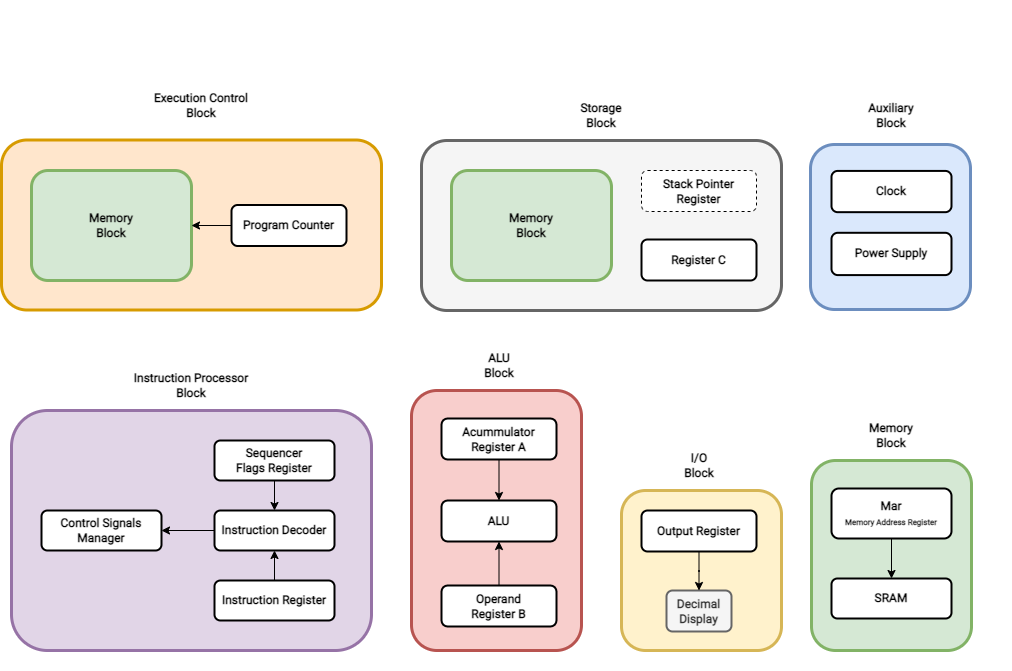
Earlier version of the draw.io export img/mycpu/diagrams/myCPU_functional_blocks_draw.png (mylabpcb/myCPU). Source tidied: cells renumbered, new cells last; positions are measured from the earlier drawing's top-left corner, leaving out a move shared by most shapes.
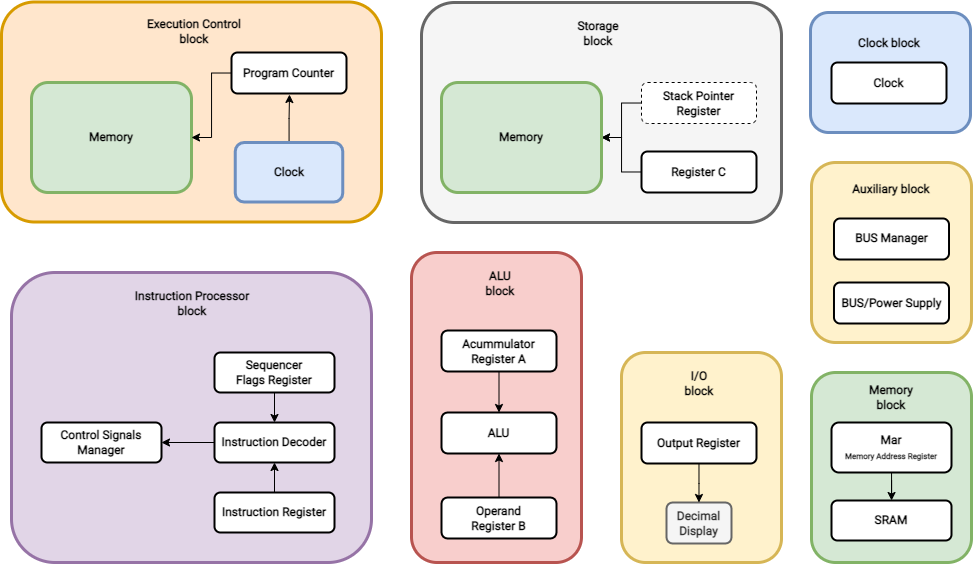
Later version of the same file.

The edit, as a diff of the source:
```diff
@@ -2,14 +2,11 @@
   <root>
     <mxCell id="0" />
     <mxCell id="1" parent="0" />
-    <mxCell id="2" style="group;" parent="1" vertex="1">
-      <mxGeometry width="1010" height="670" as="geometry" />
-    </mxCell>
-    <mxCell id="3" style="group;strokeWidth=3;" parent="2" vertex="1">
+    <mxCell id="3" style="group;strokeWidth=3;" parent="1" vertex="1">
       <mxGeometry x="410" y="350" width="170" height="300" as="geometry" />
     </mxCell>
     <mxCell id="4" style="rounded=1;whiteSpace=wrap;html=1;fontFamily=Roboto;fontSource=https%3A%2F%2Ffonts.googleapis.com%2Fcss%3Ffamily%3DRoboto;strokeWidth=3;fillColor=#f8cecc;strokeColor=#b85450;" parent="3" vertex="1">
-      <mxGeometry y="40" width="170" height="260" as="geometry" />
+      <mxGeometry y="-10" width="170" height="310" as="geometry" />
     </mxCell>
     <mxCell id="5" value="Operand&lt;br&gt;Register B" style="rounded=1;whiteSpace=wrap;html=1;fontSize=12;glass=0;strokeWidth=2;shadow=0;fontFamily=Roboto;fontStyle=1;fontSource=https%3A%2F%2Ffonts.googleapis.com%2Fcss%3Ffamily%3DRoboto;" parent="3" vertex="1">
       <mxGeometry x="30" y="235" width="115" height="41" as="geometry" />
@@ -26,14 +23,14 @@
     <mxCell id="9" style="edgeStyle=orthogonalEdgeStyle;rounded=0;jettySize=auto;html=1;fontFamily=Roboto;fontSource=https%3A%2F%2Ffonts.googleapis.com%2Fcss%3Ffamily%3DRoboto;" parent="3" edge="1" source="6" target="7">
       <mxGeometry relative="1" as="geometry" />
     </mxCell>
-    <mxCell id="10" value="ALU&lt;br&gt;Block" style="text;html=1;strokeColor=none;fillColor=none;align=center;verticalAlign=middle;whiteSpace=wrap;rounded=0;fontFamily=Roboto;fontSource=https%3A%2F%2Ffonts.googleapis.com%2Fcss%3Ffamily%3DRoboto;fontStyle=1;" parent="3" vertex="1">
-      <mxGeometry x="57.5" width="60" height="30" as="geometry" />
+    <mxCell id="10" value="ALU&lt;br&gt;block" style="text;html=1;strokeColor=none;fillColor=none;align=center;verticalAlign=middle;whiteSpace=wrap;rounded=0;fontFamily=Roboto;fontSource=https%3A%2F%2Ffonts.googleapis.com%2Fcss%3Ffamily%3DRoboto;fontStyle=1;" parent="3" vertex="1">
+      <mxGeometry x="59" y="6" width="60" height="30" as="geometry" />
     </mxCell>
-    <mxCell id="11" style="group;" parent="2" vertex="1">
+    <mxCell id="11" style="group;" parent="1" vertex="1">
       <mxGeometry x="10" y="370" width="360" height="280" as="geometry" />
     </mxCell>
     <mxCell id="12" style="rounded=1;whiteSpace=wrap;html=1;fontFamily=Roboto;fontSource=https%3A%2F%2Ffonts.googleapis.com%2Fcss%3Ffamily%3DRoboto;strokeWidth=3;fillColor=#e1d5e7;strokeColor=#9673a6;" parent="11" vertex="1">
-      <mxGeometry y="40" width="360" height="240" as="geometry" />
+      <mxGeometry y="-10" width="360" height="290" as="geometry" />
     </mxCell>
     <mxCell id="13" value="Control Signals Manager" style="rounded=1;whiteSpace=wrap;html=1;fontSize=12;glass=0;strokeWidth=2;shadow=0;fontFamily=Roboto;fontStyle=1;fontSource=https%3A%2F%2Ffonts.googleapis.com%2Fcss%3Ffamily%3DRoboto;" parent="11" vertex="1">
       <mxGeometry x="30" y="140" width="120" height="40" as="geometry" />
@@ -56,32 +53,14 @@
     <mxCell id="19" value="Instruction Register" style="rounded=1;whiteSpace=wrap;html=1;fontSize=12;glass=0;strokeWidth=2;shadow=0;fontFamily=Roboto;fontStyle=1;fontSource=https%3A%2F%2Ffonts.googleapis.com%2Fcss%3Ffamily%3DRoboto;" parent="11" vertex="1">
       <mxGeometry x="203" y="210" width="120" height="40" as="geometry" />
     </mxCell>
-    <mxCell id="20" value="Instruction Processor Block" style="text;html=1;strokeColor=none;fillColor=none;align=center;verticalAlign=middle;whiteSpace=wrap;rounded=0;fontFamily=Roboto;fontSource=https%3A%2F%2Ffonts.googleapis.com%2Fcss%3Ffamily%3DRoboto;fontStyle=1;" parent="11" vertex="1">
-      <mxGeometry x="110" width="140" height="30" as="geometry" />
+    <mxCell id="20" value="Instruction Processor block" style="text;html=1;strokeColor=none;fillColor=none;align=center;verticalAlign=middle;whiteSpace=wrap;rounded=0;fontFamily=Roboto;fontSource=https%3A%2F%2Ffonts.googleapis.com%2Fcss%3Ffamily%3DRoboto;fontStyle=1;" parent="11" vertex="1">
+      <mxGeometry x="111" y="6" width="140" height="30" as="geometry" />
     </mxCell>
-    <mxCell id="21" style="group;" parent="2" vertex="1">
-      <mxGeometry x="810" y="100" width="160" height="205" as="geometry" />
-    </mxCell>
-    <mxCell id="22" style="group;strokeWidth=3;" parent="21" vertex="1">
-      <mxGeometry y="40" width="160" height="165" as="geometry" />
-    </mxCell>
-    <mxCell id="23" style="rounded=1;whiteSpace=wrap;html=1;fontFamily=Roboto;fontSource=https%3A%2F%2Ffonts.googleapis.com%2Fcss%3Ffamily%3DRoboto;fillColor=#dae8fc;strokeColor=#6c8ebf;strokeWidth=3;" parent="22" vertex="1">
-      <mxGeometry x="-1" y="4" width="160" height="165" as="geometry" />
-    </mxCell>
-    <mxCell id="24" value="Power Supply" style="rounded=1;whiteSpace=wrap;html=1;fontSize=12;glass=0;strokeWidth=2;shadow=0;fontFamily=Roboto;fontStyle=1;fontSource=https%3A%2F%2Ffonts.googleapis.com%2Fcss%3Ffamily%3DRoboto;" parent="22" vertex="1">
-      <mxGeometry x="20" y="92.3" width="120" height="42.3" as="geometry" />
-    </mxCell>
-    <mxCell id="25" value="Clock" style="rounded=1;whiteSpace=wrap;html=1;fontSize=12;glass=0;strokeWidth=2;shadow=0;fontFamily=Roboto;fontStyle=1;fontSource=https%3A%2F%2Ffonts.googleapis.com%2Fcss%3Ffamily%3DRoboto;" parent="22" vertex="1">
-      <mxGeometry x="20" y="30.4" width="120" height="41.2" as="geometry" />
-    </mxCell>
-    <mxCell id="26" value="Auxiliary&lt;br&gt;Block" style="text;html=1;strokeColor=none;fillColor=none;align=center;verticalAlign=middle;whiteSpace=wrap;rounded=0;fontFamily=Roboto;fontSource=https%3A%2F%2Ffonts.googleapis.com%2Fcss%3Ffamily%3DRoboto;fontStyle=1;" parent="21" vertex="1">
-      <mxGeometry x="10" width="140" height="30" as="geometry" />
-    </mxCell>
-    <mxCell id="27" style="group;" parent="2" vertex="1">
+    <mxCell id="27" style="group;" parent="1" vertex="1">
       <mxGeometry x="620" y="450" width="160" height="200" as="geometry" />
     </mxCell>
     <mxCell id="28" style="rounded=1;whiteSpace=wrap;html=1;fontFamily=Roboto;fontSource=https%3A%2F%2Ffonts.googleapis.com%2Fcss%3Ffamily%3DRoboto;fillColor=#fff2cc;strokeColor=#d6b656;strokeWidth=3;" parent="27" vertex="1">
-      <mxGeometry y="40" width="160" height="160" as="geometry" />
+      <mxGeometry y="-10" width="160" height="210" as="geometry" />
     </mxCell>
     <mxCell id="29" value="Output Register" style="rounded=1;whiteSpace=wrap;html=1;fontSize=12;glass=0;strokeWidth=2;shadow=0;fontFamily=Roboto;fontStyle=1;fontSource=https%3A%2F%2Ffonts.googleapis.com%2Fcss%3Ffamily%3DRoboto;" parent="27" vertex="1">
       <mxGeometry x="20" y="60" width="115" height="41" as="geometry" />
@@ -92,11 +71,11 @@
     <mxCell id="31" style="edgeStyle=orthogonalEdgeStyle;rounded=0;jettySize=auto;html=1;fontFamily=Roboto;fontSource=https%3A%2F%2Ffonts.googleapis.com%2Fcss%3Ffamily%3DRoboto;" parent="27" edge="1" source="29" target="30">
       <mxGeometry relative="1" as="geometry" />
     </mxCell>
-    <mxCell id="32" value="I/O&lt;br&gt;Block" style="text;html=1;strokeColor=none;fillColor=none;align=center;verticalAlign=middle;whiteSpace=wrap;rounded=0;fontFamily=Roboto;fontSource=https%3A%2F%2Ffonts.googleapis.com%2Fcss%3Ffamily%3DRoboto;fontStyle=1;" parent="27" vertex="1">
-      <mxGeometry x="47.5" width="60" height="30" as="geometry" />
+    <mxCell id="32" value="I/O&lt;br&gt;block" style="text;html=1;strokeColor=none;fillColor=none;align=center;verticalAlign=middle;whiteSpace=wrap;rounded=0;fontFamily=Roboto;fontSource=https%3A%2F%2Ffonts.googleapis.com%2Fcss%3Ffamily%3DRoboto;fontStyle=1;" parent="27" vertex="1">
+      <mxGeometry x="47.5" y="6" width="60" height="30" as="geometry" />
     </mxCell>
-    <mxCell id="33" style="group;strokeWidth=3;" parent="2" vertex="1">
-      <mxGeometry x="810" y="420" width="160" height="230" as="geometry" />
+    <mxCell id="33" style="group;strokeWidth=3;" parent="1" vertex="1">
+      <mxGeometry x="810" y="430" width="160" height="230" as="geometry" />
     </mxCell>
     <mxCell id="34" style="edgeStyle=orthogonalEdgeStyle;rounded=0;jettySize=auto;html=1;startArrow=oval;fillColor=#d5e8d4;strokeColor=#82b366;entryX=0.5;entryY=0;entryDx=0;entryDy=0;strokeWidth=3;endArrow=block;endFill=1;startFill=1;" parent="33" edge="1" target="38">
       <mxGeometry relative="1" as="geometry">
@@ -109,10 +88,10 @@
       </mxGeometry>
     </mxCell>
     <mxCell id="36" style="rounded=1;whiteSpace=wrap;html=1;fillColor=#d5e8d4;strokeColor=#82b366;strokeWidth=3;" parent="33" vertex="1">
-      <mxGeometry y="40" width="160" height="190" as="geometry" />
+      <mxGeometry y="30" width="160" height="190" as="geometry" />
     </mxCell>
     <mxCell id="37" value="Mar&lt;br&gt;&lt;font style=&quot;font-size: 8px&quot;&gt;Memory Address Register&lt;/font&gt;" style="rounded=1;whiteSpace=wrap;fontSize=12;glass=0;strokeWidth=2;shadow=0;fontFamily=Roboto;html=1;fontStyle=1;fontSource=https%3A%2F%2Ffonts.googleapis.com%2Fcss%3Ffamily%3DRoboto;" parent="33" vertex="1">
-      <mxGeometry x="20" y="68" width="120" height="50" as="geometry" />
+      <mxGeometry x="20" y="80" width="120" height="50" as="geometry" />
     </mxCell>
     <mxCell id="38" value="SRAM" style="rounded=1;whiteSpace=wrap;html=1;fontSize=12;glass=0;strokeWidth=2;shadow=0;fontFamily=Roboto;fontStyle=1;fontSource=https%3A%2F%2Ffonts.googleapis.com%2Fcss%3Ffamily%3DRoboto;" parent="33" vertex="1">
       <mxGeometry x="20" y="158" width="120" height="40" as="geometry" />
@@ -120,44 +99,82 @@
     <mxCell id="39" style="edgeStyle=orthogonalEdgeStyle;rounded=0;jettySize=auto;html=1;" parent="33" edge="1" source="37" target="38">
       <mxGeometry relative="1" as="geometry" />
     </mxCell>
-    <mxCell id="40" value="Memory&lt;br&gt;Block" style="text;html=1;strokeColor=none;fillColor=none;align=center;verticalAlign=middle;whiteSpace=wrap;rounded=0;fontFamily=Roboto;fontSource=https%3A%2F%2Ffonts.googleapis.com%2Fcss%3Ffamily%3DRoboto;fontStyle=1;" parent="33" vertex="1">
-      <mxGeometry x="50" width="60" height="30" as="geometry" />
+    <mxCell id="40" value="Memory&lt;br&gt;block" style="text;html=1;strokeColor=none;fillColor=none;align=center;verticalAlign=middle;whiteSpace=wrap;rounded=0;fontFamily=Roboto;fontSource=https%3A%2F%2Ffonts.googleapis.com%2Fcss%3Ffamily%3DRoboto;fontStyle=1;" parent="33" vertex="1">
+      <mxGeometry x="50" y="40" width="60" height="30" as="geometry" />
     </mxCell>
-    <mxCell id="41" style="group;" parent="2" vertex="1">
+    <mxCell id="41" style="group;" parent="1" vertex="1">
       <mxGeometry y="89.5" width="380" height="220" as="geometry" />
     </mxCell>
     <mxCell id="42" style="rounded=1;whiteSpace=wrap;html=1;fontFamily=Roboto;fontSource=https%3A%2F%2Ffonts.googleapis.com%2Fcss%3Ffamily%3DRoboto;strokeWidth=3;fillColor=#ffe6cc;strokeColor=#d79b00;" parent="41" vertex="1">
-      <mxGeometry y="50" width="380" height="170" as="geometry" />
+      <mxGeometry width="380" height="220" as="geometry" />
     </mxCell>
     <mxCell id="43" value="Program Counter" style="rounded=1;whiteSpace=wrap;html=1;fontSize=12;glass=0;strokeWidth=2;shadow=0;fontFamily=Roboto;fontStyle=1;fontSource=https%3A%2F%2Ffonts.googleapis.com%2Fcss%3Ffamily%3DRoboto;" parent="41" vertex="1">
-      <mxGeometry x="230" y="115" width="115" height="41" as="geometry" />
+      <mxGeometry x="230" y="50.5" width="115" height="41" as="geometry" />
     </mxCell>
-    <mxCell id="44" value="Execution Control&lt;br&gt;Block" style="text;html=1;strokeColor=none;fillColor=none;align=center;verticalAlign=middle;whiteSpace=wrap;rounded=0;fontFamily=Roboto;fontSource=https%3A%2F%2Ffonts.googleapis.com%2Fcss%3Ffamily%3DRoboto;fontStyle=1;" parent="41" vertex="1">
-      <mxGeometry x="130" width="140" height="30" as="geometry" />
+    <mxCell id="44" value="Execution Control&lt;br&gt;block" style="text;html=1;strokeColor=none;fillColor=none;align=center;verticalAlign=middle;whiteSpace=wrap;rounded=0;fontFamily=Roboto;fontSource=https%3A%2F%2Ffonts.googleapis.com%2Fcss%3Ffamily%3DRoboto;fontStyle=1;" parent="41" vertex="1">
+      <mxGeometry x="123" y="14.5" width="140" height="30" as="geometry" />
     </mxCell>
-    <mxCell id="45" value="Memory&lt;br&gt;Block" style="rounded=1;whiteSpace=wrap;html=1;fillColor=#d5e8d4;strokeColor=#82b366;strokeWidth=3;fontFamily=Roboto;fontSource=https%3A%2F%2Ffonts.googleapis.com%2Fcss%3Ffamily%3DRoboto;fontStyle=1;" parent="41" vertex="1">
+    <mxCell id="45" value="Memory" style="rounded=1;whiteSpace=wrap;html=1;fillColor=#d5e8d4;strokeColor=#82b366;strokeWidth=3;fontFamily=Roboto;fontSource=https%3A%2F%2Ffonts.googleapis.com%2Fcss%3Ffamily%3DRoboto;fontStyle=1;" parent="41" vertex="1">
       <mxGeometry x="30" y="80.5" width="160" height="110" as="geometry" />
     </mxCell>
     <mxCell id="46" style="edgeStyle=orthogonalEdgeStyle;rounded=0;jettySize=auto;html=1;fontFamily=Roboto;fontSource=https%3A%2F%2Ffonts.googleapis.com%2Fcss%3Ffamily%3DRoboto;" parent="41" edge="1" source="43" target="45">
       <mxGeometry relative="1" as="geometry" />
     </mxCell>
+    <mxCell id="53" style="edgeStyle=orthogonalEdgeStyle;rounded=0;jettySize=auto;html=1;" parent="41" edge="1" source="54">
+      <mxGeometry relative="1" as="geometry">
+        <mxPoint x="288" y="92.5" as="targetPoint" />
+      </mxGeometry>
+    </mxCell>
+    <mxCell id="54" value="Clock" style="rounded=1;whiteSpace=wrap;html=1;fontFamily=Roboto;fontSource=https%3A%2F%2Ffonts.googleapis.com%2Fcss%3Ffamily%3DRoboto;fillColor=#dae8fc;strokeColor=#6c8ebf;strokeWidth=3;fontStyle=1;" parent="41" vertex="1">
+      <mxGeometry x="233.8" y="140.5" width="107.5" height="59.5" as="geometry" />
+    </mxCell>
-    <mxCell id="47" style="group;" parent="2" vertex="1">
+    <mxCell id="47" style="group;" parent="1" vertex="1">
       <mxGeometry x="420" y="100" width="360" height="210" as="geometry" />
     </mxCell>
     <mxCell id="48" style="rounded=1;whiteSpace=wrap;html=1;fontFamily=Roboto;fontSource=https%3A%2F%2Ffonts.googleapis.com%2Fcss%3Ffamily%3DRoboto;strokeWidth=3;fillColor=#f5f5f5;fontColor=#333333;strokeColor=#666666;" parent="47" vertex="1">
-      <mxGeometry y="40" width="360" height="170" as="geometry" />
+      <mxGeometry y="-10" width="360" height="220" as="geometry" />
     </mxCell>
+    <mxCell id="55" style="edgeStyle=orthogonalEdgeStyle;rounded=0;jettySize=auto;html=1;" parent="47" edge="1" source="49" target="52">
+      <mxGeometry relative="1" as="geometry" />
+    </mxCell>
     <mxCell id="49" value="Register C" style="rounded=1;whiteSpace=wrap;html=1;fontSize=12;glass=0;strokeWidth=2;shadow=0;fontFamily=Roboto;fontStyle=1;fontSource=https%3A%2F%2Ffonts.googleapis.com%2Fcss%3Ffamily%3DRoboto;" parent="47" vertex="1">
       <mxGeometry x="220" y="139" width="115" height="41" as="geometry" />
     </mxCell>
+    <mxCell id="56" style="edgeStyle=orthogonalEdgeStyle;rounded=0;jettySize=auto;html=1;" parent="47" edge="1" source="50" target="52">
+      <mxGeometry relative="1" as="geometry" />
+    </mxCell>
     <mxCell id="50" value="Stack Pointer Register" style="rounded=1;whiteSpace=wrap;html=1;fontSize=12;glass=0;strokeWidth=1;shadow=0;fontFamily=Roboto;fontStyle=1;fontSource=https%3A%2F%2Ffonts.googleapis.com%2Fcss%3Ffamily%3DRoboto;dashed=1;" parent="47" vertex="1">
       <mxGeometry x="220" y="70" width="115" height="41" as="geometry" />
     </mxCell>
-    <mxCell id="51" value="Storage&lt;br&gt;Block" style="text;html=1;strokeColor=none;fillColor=none;align=center;verticalAlign=middle;whiteSpace=wrap;rounded=0;fontFamily=Roboto;fontSource=https%3A%2F%2Ffonts.googleapis.com%2Fcss%3Ffamily%3DRoboto;fontStyle=1;" parent="47" vertex="1">
-      <mxGeometry x="110" width="140" height="30" as="geometry" />
+    <mxCell id="51" value="Storage&lt;br&gt;block" style="text;html=1;strokeColor=none;fillColor=none;align=center;verticalAlign=middle;whiteSpace=wrap;rounded=0;fontFamily=Roboto;fontSource=https%3A%2F%2Ffonts.googleapis.com%2Fcss%3Ffamily%3DRoboto;fontStyle=1;" parent="47" vertex="1">
+      <mxGeometry x="107" y="6" width="140" height="30" as="geometry" />
     </mxCell>
-    <mxCell id="52" value="Memory&lt;br&gt;Block" style="rounded=1;whiteSpace=wrap;html=1;fillColor=#d5e8d4;strokeColor=#82b366;strokeWidth=3;fontFamily=Roboto;fontSource=https%3A%2F%2Ffonts.googleapis.com%2Fcss%3Ffamily%3DRoboto;fontStyle=1;" parent="47" vertex="1">
-      <mxGeometry x="30" y="70" width="160" height="110" as="geometry" />
+    <mxCell id="52" value="Memory" style="rounded=1;whiteSpace=wrap;html=1;fillColor=#d5e8d4;strokeColor=#82b366;strokeWidth=3;fontFamily=Roboto;fontSource=https%3A%2F%2Ffonts.googleapis.com%2Fcss%3Ffamily%3DRoboto;fontStyle=1;" parent="47" vertex="1">
+      <mxGeometry x="20" y="70" width="160" height="110" as="geometry" />
     </mxCell>
+    <mxCell id="23" style="rounded=1;whiteSpace=wrap;html=1;fontFamily=Roboto;fontSource=https%3A%2F%2Ffonts.googleapis.com%2Fcss%3Ffamily%3DRoboto;fillColor=#dae8fc;strokeColor=#6c8ebf;strokeWidth=3;" parent="1" vertex="1">
+      <mxGeometry x="809" y="100" width="160" height="120" as="geometry" />
+    </mxCell>
+    <mxCell id="26" value="Clock block" style="text;html=1;strokeColor=none;fillColor=none;align=center;verticalAlign=middle;whiteSpace=wrap;rounded=0;fontFamily=Roboto;fontSource=https%3A%2F%2Ffonts.googleapis.com%2Fcss%3Ffamily%3DRoboto;fontStyle=1;" parent="1" vertex="1">
+      <mxGeometry x="817.5" y="120.2" width="140" height="22" as="geometry" />
+    </mxCell>
+    <mxCell id="25" value="Clock" style="rounded=1;whiteSpace=wrap;html=1;fontSize=12;glass=0;strokeWidth=2;shadow=0;fontFamily=Roboto;fontStyle=1;fontSource=https%3A%2F%2Ffonts.googleapis.com%2Fcss%3Ffamily%3DRoboto;" parent="1" vertex="1">
+      <mxGeometry x="830" y="150" width="115" height="41" as="geometry" />
+    </mxCell>
+    <mxCell id="57" style="group;" parent="1" vertex="1">
+      <mxGeometry x="810" y="280" width="160" height="150" as="geometry" />
+    </mxCell>
+    <mxCell id="58" style="rounded=1;whiteSpace=wrap;html=1;fontFamily=Roboto;fontSource=https%3A%2F%2Ffonts.googleapis.com%2Fcss%3Ffamily%3DRoboto;fillColor=#fff2cc;strokeColor=#d6b656;strokeWidth=3;" parent="57" vertex="1">
+      <mxGeometry y="-30" width="160" height="180" as="geometry" />
+    </mxCell>
+    <mxCell id="59" value="BUS Manager" style="rounded=1;whiteSpace=wrap;html=1;fontSize=12;glass=0;strokeWidth=2;shadow=0;fontFamily=Roboto;fontStyle=1;fontSource=https%3A%2F%2Ffonts.googleapis.com%2Fcss%3Ffamily%3DRoboto;" parent="57" vertex="1">
+      <mxGeometry x="22.5" y="26" width="115" height="41" as="geometry" />
+    </mxCell>
+    <mxCell id="60" value="BUS/Power Supply" style="rounded=1;whiteSpace=wrap;html=1;fontSize=12;glass=0;strokeWidth=2;shadow=0;fontFamily=Roboto;fontStyle=1;fontSource=https%3A%2F%2Ffonts.googleapis.com%2Fcss%3Ffamily%3DRoboto;" parent="57" vertex="1">
+      <mxGeometry x="22.5" y="90" width="115" height="41" as="geometry" />
+    </mxCell>
+    <mxCell id="61" value="Auxiliary block" style="text;html=1;strokeColor=none;fillColor=none;align=center;verticalAlign=middle;whiteSpace=wrap;rounded=0;fontFamily=Roboto;fontSource=https%3A%2F%2Ffonts.googleapis.com%2Fcss%3Ffamily%3DRoboto;fontStyle=1;" parent="57" vertex="1">
+      <mxGeometry x="10" y="-14" width="140" height="22" as="geometry" />
+    </mxCell>
   </root>
 </mxGraphModel>
```
